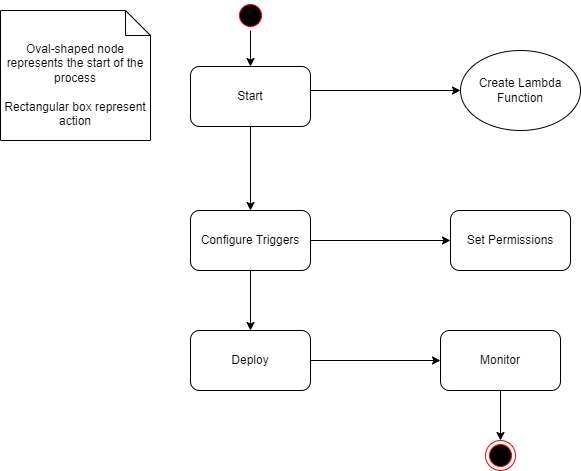
Above: AWS Lambda Activity Diagram.drawio.png in coderTechJordan/Networking (draw.io), before the change. Source tidied: cells renumbered, new cells last; positions are measured from the earlier drawing's top-left corner, leaving out a move shared by most shapes. The source it was exported from:
```xml
<mxGraphModel>
  <root>
    <mxCell id="0" />
    <mxCell id="1" parent="0" />
    <mxCell id="2" style="ellipse;shape=startState;fillColor=#000000;strokeColor=#ff0000;" parent="1" vertex="1">
      <mxGeometry x="235" width="30" height="30" as="geometry" />
    </mxCell>
    <mxCell id="3" value="Oval-shaped node represents the start of the process&lt;br&gt;&lt;br&gt;Rectangular box represent action" style="shape=note2;boundedLbl=1;whiteSpace=wrap;html=1;size=25;verticalAlign=top;align=center;" parent="1" vertex="1">
      <mxGeometry y="10" width="150" height="130" as="geometry" />
    </mxCell>
    <mxCell id="4" style="endArrow=classic;html=1;rounded=0;exitX=0.975;exitY=0.4;exitDx=0;exitDy=0;exitPerimeter=0;" parent="1" edge="1" source="8" target="16">
      <mxGeometry relative="1" as="geometry" />
    </mxCell>
    <mxCell id="5" style="endArrow=classic;html=1;rounded=0;" parent="1" edge="1" source="8" target="17">
      <mxGeometry relative="1" as="geometry" />
    </mxCell>
    <mxCell id="6" value="Set Permissions" style="rounded=1;whiteSpace=wrap;html=1;" parent="1" vertex="1">
      <mxGeometry x="450" y="210" width="120" height="60" as="geometry" />
    </mxCell>
    <mxCell id="7" style="endArrow=classic;html=1;rounded=0;exitX=1;exitY=0.5;exitDx=0;exitDy=0;entryX=0;entryY=0.5;entryDx=0;entryDy=0;" parent="1" edge="1" source="17" target="6">
      <mxGeometry relative="1" as="geometry" />
    </mxCell>
    <mxCell id="8" value="Start" style="rounded=1;whiteSpace=wrap;html=1;" parent="1" vertex="1">
      <mxGeometry x="190" y="66" width="120" height="60" as="geometry" />
    </mxCell>
    <mxCell id="9" value="Deploy" style="rounded=1;whiteSpace=wrap;html=1;" parent="1" vertex="1">
      <mxGeometry x="190" y="330" width="120" height="60" as="geometry" />
    </mxCell>
    <mxCell id="10" style="endArrow=classic;html=1;rounded=0;exitX=0.5;exitY=1;exitDx=0;exitDy=0;" parent="1" edge="1" source="17" target="9">
      <mxGeometry relative="1" as="geometry" />
    </mxCell>
    <mxCell id="11" value="Monitor" style="rounded=1;whiteSpace=wrap;html=1;" parent="1" vertex="1">
      <mxGeometry x="440" y="330" width="120" height="60" as="geometry" />
    </mxCell>
    <mxCell id="12" style="endArrow=classic;html=1;rounded=0;exitX=1;exitY=0.5;exitDx=0;exitDy=0;entryX=0;entryY=0.5;entryDx=0;entryDy=0;" parent="1" edge="1" source="9" target="11">
      <mxGeometry relative="1" as="geometry" />
    </mxCell>
    <mxCell id="13" style="ellipse;shape=endState;fillColor=#000000;strokeColor=#ff0000;" parent="1" vertex="1">
      <mxGeometry x="485" y="440" width="30" height="30" as="geometry" />
    </mxCell>
    <mxCell id="14" style="endArrow=classic;html=1;rounded=0;exitX=0.5;exitY=1;exitDx=0;exitDy=0;entryX=0.5;entryY=0;entryDx=0;entryDy=0;" parent="1" edge="1" source="11" target="13">
      <mxGeometry relative="1" as="geometry" />
    </mxCell>
    <mxCell id="15" style="endArrow=classic;html=1;rounded=0;exitX=0.5;exitY=1;exitDx=0;exitDy=0;" parent="1" edge="1" source="2" target="8">
      <mxGeometry relative="1" as="geometry" />
    </mxCell>
    <mxCell id="16" value="Create Lambda Function" style="ellipse;whiteSpace=wrap;html=1;" parent="1" vertex="1">
      <mxGeometry x="460" y="50" width="120" height="80" as="geometry" />
    </mxCell>
    <mxCell id="17" value="Configure Triggers" style="rounded=1;whiteSpace=wrap;html=1;" parent="1" vertex="1">
      <mxGeometry x="190" y="210" width="120" height="60" as="geometry" />
    </mxCell>
  </root>
</mxGraphModel>
```
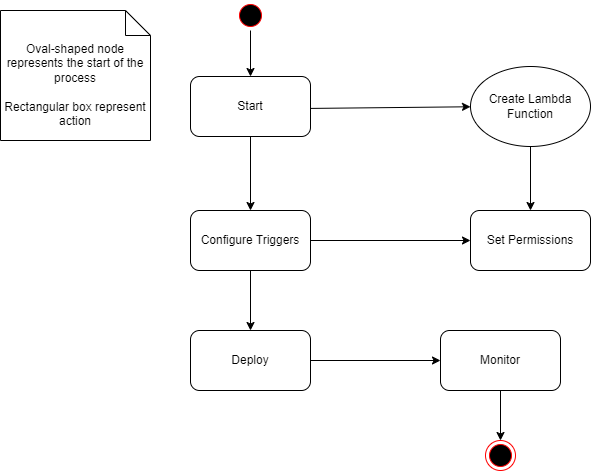
The same diagram one commit later.

Change to the diagram source:
```diff
@@ -8,20 +8,20 @@
     <mxCell id="3" value="Oval-shaped node represents the start of the process&lt;br&gt;&lt;br&gt;Rectangular box represent action" style="shape=note2;boundedLbl=1;whiteSpace=wrap;html=1;size=25;verticalAlign=top;align=center;" parent="1" vertex="1">
       <mxGeometry y="10" width="150" height="130" as="geometry" />
     </mxCell>
-    <mxCell id="4" style="endArrow=classic;html=1;rounded=0;exitX=0.975;exitY=0.4;exitDx=0;exitDy=0;exitPerimeter=0;" parent="1" edge="1" source="8" target="16">
+    <mxCell id="4" style="endArrow=classic;html=1;rounded=0;exitX=0.95;exitY=0.533;exitDx=0;exitDy=0;exitPerimeter=0;" parent="1" edge="1" source="8" target="16">
       <mxGeometry relative="1" as="geometry" />
     </mxCell>
     <mxCell id="5" style="endArrow=classic;html=1;rounded=0;" parent="1" edge="1" source="8" target="17">
       <mxGeometry relative="1" as="geometry" />
     </mxCell>
     <mxCell id="6" value="Set Permissions" style="rounded=1;whiteSpace=wrap;html=1;" parent="1" vertex="1">
-      <mxGeometry x="450" y="210" width="120" height="60" as="geometry" />
+      <mxGeometry x="470" y="210" width="120" height="60" as="geometry" />
     </mxCell>
     <mxCell id="7" style="endArrow=classic;html=1;rounded=0;exitX=1;exitY=0.5;exitDx=0;exitDy=0;entryX=0;entryY=0.5;entryDx=0;entryDy=0;" parent="1" edge="1" source="17" target="6">
       <mxGeometry relative="1" as="geometry" />
     </mxCell>
     <mxCell id="8" value="Start" style="rounded=1;whiteSpace=wrap;html=1;" parent="1" vertex="1">
-      <mxGeometry x="190" y="66" width="120" height="60" as="geometry" />
+      <mxGeometry x="190" y="76" width="120" height="60" as="geometry" />
     </mxCell>
     <mxCell id="9" value="Deploy" style="rounded=1;whiteSpace=wrap;html=1;" parent="1" vertex="1">
       <mxGeometry x="190" y="330" width="120" height="60" as="geometry" />
@@ -45,10 +45,13 @@
       <mxGeometry relative="1" as="geometry" />
     </mxCell>
     <mxCell id="16" value="Create Lambda Function" style="ellipse;whiteSpace=wrap;html=1;" parent="1" vertex="1">
-      <mxGeometry x="460" y="50" width="120" height="80" as="geometry" />
+      <mxGeometry x="470" y="66" width="120" height="80" as="geometry" />
     </mxCell>
     <mxCell id="17" value="Configure Triggers" style="rounded=1;whiteSpace=wrap;html=1;" parent="1" vertex="1">
       <mxGeometry x="190" y="210" width="120" height="60" as="geometry" />
     </mxCell>
+    <mxCell id="18" style="endArrow=classic;html=1;rounded=0;exitX=0.5;exitY=1;exitDx=0;exitDy=0;entryX=0.5;entryY=0;entryDx=0;entryDy=0;" parent="1" edge="1" source="16" target="6">
+      <mxGeometry relative="1" as="geometry" />
+    </mxCell>
   </root>
 </mxGraphModel>
```
